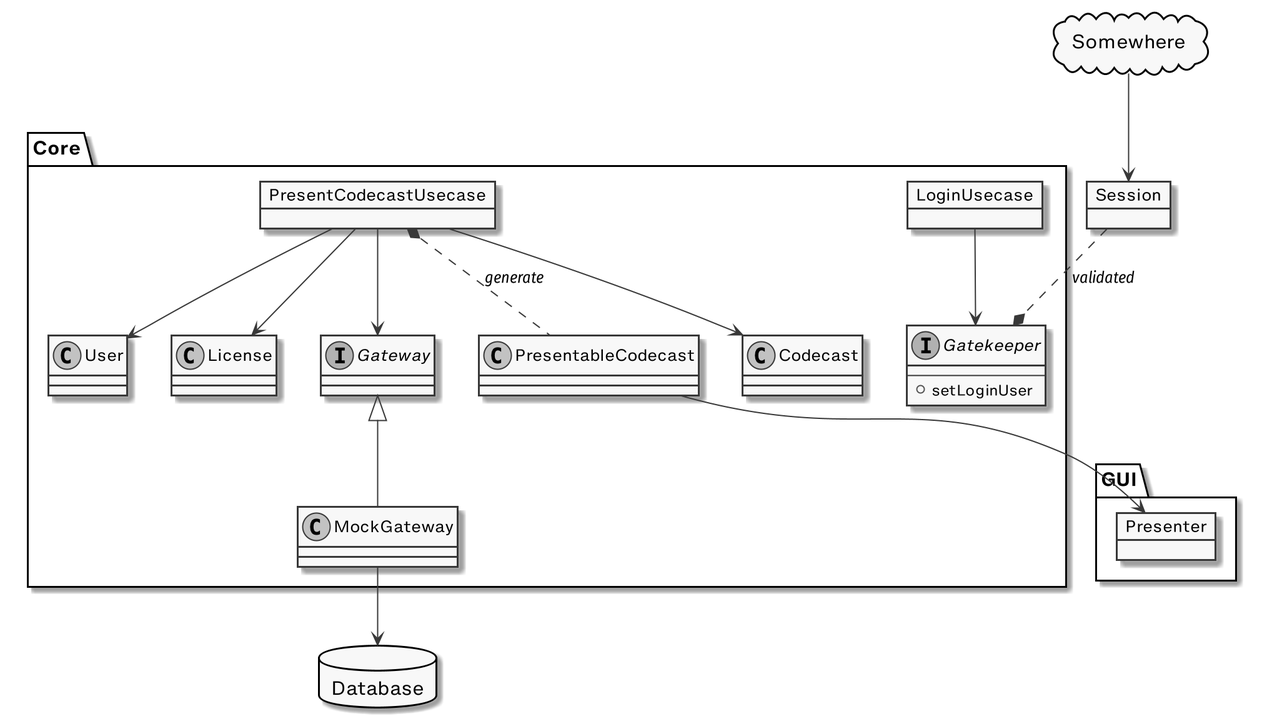
sundaycrafts/study-cleancoders-java-case-study keeps this PlantUML diagram as _docs/schema.png. Above is the earlier version. The source it was exported from:
```plantuml
@startuml
skinparam monochrome true
skinparam defaultFontName "Helvetica Now Micro"
skinparam ArrowFontName "Fira Sans Condensed"
skinparam ArrowFontStyle italic
allow_mixing
database Database

package Core {
  object PresentCodecastUsecase
  class Codecast
  class User
  class License
  interface Gateway
  class MockGateway
  object LoginUsecase
  class PresentableCodecast
  interface Gatekeeper {
    ---
    + setLoginUser
  }
}

PresentCodecastUsecase --> Codecast
PresentCodecastUsecase --> User
PresentCodecastUsecase --> License
PresentCodecastUsecase --> Gateway
Gateway <|-- MockGateway
MockGateway --> Database
LoginUsecase --> Gatekeeper

package GUI {
  object Presenter
}

PresentableCodecast --> Presenter
PresentCodecastUsecase *.. PresentableCodecast : generate

object Session
cloud Somewhere
Somewhere --> Session
Session ..* Gatekeeper : validated
@enduml
```
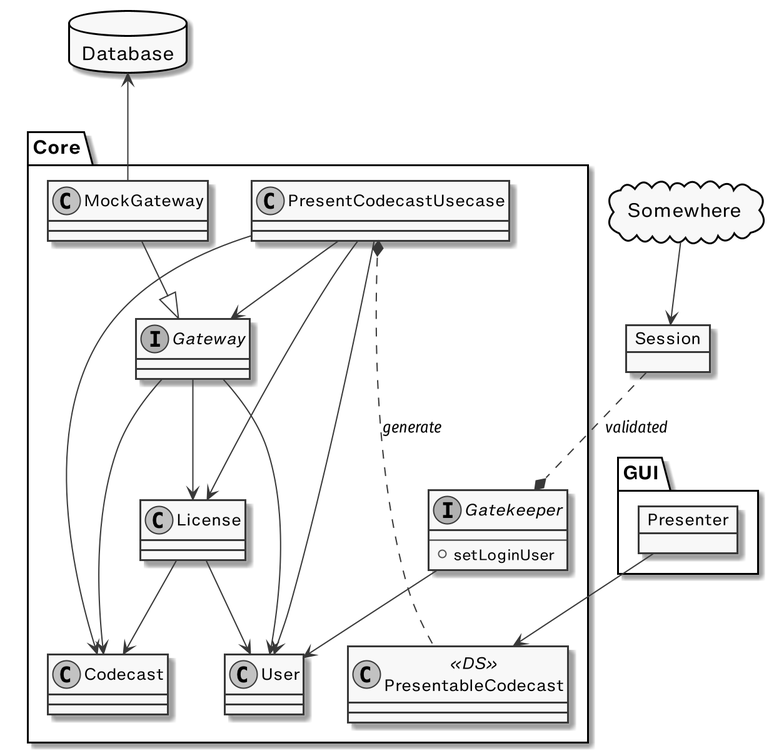
After the change.

The edit, as a diff of the source:
```diff
@@ -7,34 +7,38 @@
 database Database
 
 package Core {
-  object PresentCodecastUsecase
+  class User
   class Codecast
-  class User
   class License
   interface Gateway
   class MockGateway
-  object LoginUsecase
-  class PresentableCodecast
+  class PresentableCodecast <<DS>>
+  class PresentCodecastUsecase
   interface Gatekeeper {
     ---
     + setLoginUser
   }
 }
 
+Database <-- MockGateway
+Gatekeeper --> User
 PresentCodecastUsecase --> Codecast
-PresentCodecastUsecase --> User
 PresentCodecastUsecase --> License
 PresentCodecastUsecase --> Gateway
-Gateway <|-- MockGateway
-MockGateway --> Database
-LoginUsecase --> Gatekeeper
+PresentCodecastUsecase --> User
+Gateway --> Codecast
+Gateway --> License
+Gateway --> User
+License --> Codecast
+License --> User
+MockGateway --|> Gateway
 
 package GUI {
   object Presenter
 }
 
-PresentableCodecast --> Presenter
-PresentCodecastUsecase *.. PresentableCodecast : generate
+Presenter --> PresentableCodecast
+PresentCodecastUsecase *.... PresentableCodecast : generate
 
 object Session
 cloud Somewhere
```
